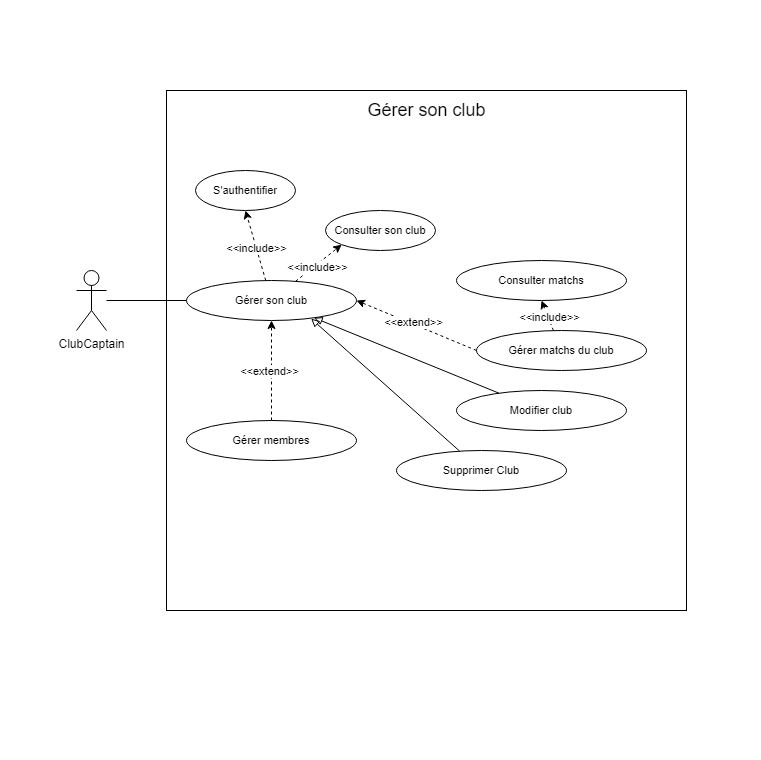
This is Diagram use case Gérer son club.drawio.png from Mathistrg/Styx, a draw.io export, as it was before one commit. Source tidied: cells renumbered, new cells last; positions are measured from the earlier drawing's top-left corner, leaving out a move shared by most shapes.
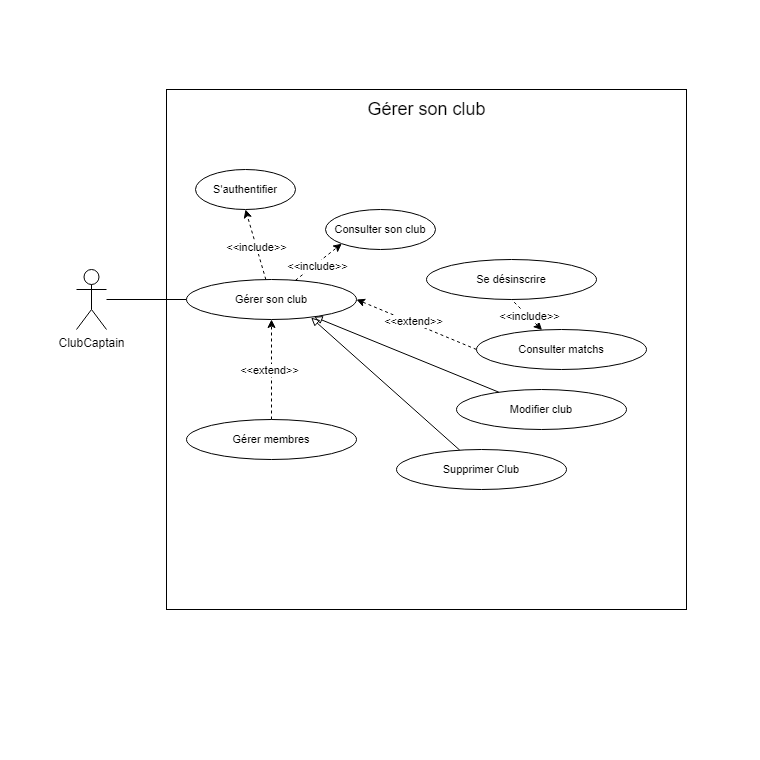
After the commit.

Commit message:
Mettre à jour Diagram use case Gérer son club.drawio.png

Change to the diagram source:
```diff
@@ -41,20 +41,20 @@
     <mxCell id="14" value="S'authentifier" style="ellipse;whiteSpace=wrap;html=1;fontFamily=Helvetica;fontSize=11;fontColor=default;labelBackgroundColor=default;" parent="1" vertex="1">
       <mxGeometry x="195" y="170" width="100" height="40" as="geometry" />
     </mxCell>
-    <mxCell id="15" style="edgeStyle=none;shape=connector;rounded=0;jettySize=auto;html=1;entryX=0.5;entryY=1;entryDx=0;entryDy=0;dashed=1;strokeColor=default;align=center;verticalAlign=middle;fontFamily=Helvetica;fontSize=11;fontColor=default;labelBackgroundColor=default;endArrow=classic;" parent="1" edge="1" source="17" target="19">
+    <mxCell id="15" style="edgeStyle=none;shape=connector;rounded=0;jettySize=auto;html=1;entryX=0.5;entryY=1;entryDx=0;entryDy=0;dashed=1;strokeColor=default;align=center;verticalAlign=middle;fontFamily=Helvetica;fontSize=11;fontColor=default;labelBackgroundColor=default;endArrow=none;startArrow=classic;startFill=1;endFill=0;" parent="1" edge="1" source="17" target="19">
       <mxGeometry relative="1" as="geometry" />
     </mxCell>
     <mxCell id="16" value="&amp;lt;&amp;lt;include&amp;gt;&amp;gt;" style="edgeLabel;html=1;align=center;verticalAlign=middle;fontFamily=Helvetica;fontSize=11;fontColor=default;labelBackgroundColor=default;" parent="15" vertex="1">
       <mxGeometry x="-0.13" y="-1" relative="1" as="geometry" />
     </mxCell>
-    <mxCell id="17" value="Gérer matchs du club" style="ellipse;whiteSpace=wrap;html=1;fontFamily=Helvetica;fontSize=11;fontColor=default;labelBackgroundColor=default;" parent="1" vertex="1">
+    <mxCell id="17" value="Consulter matchs" style="ellipse;whiteSpace=wrap;html=1;fontFamily=Helvetica;fontSize=11;fontColor=default;labelBackgroundColor=default;" parent="1" vertex="1">
       <mxGeometry x="476" y="330" width="170" height="40" as="geometry" />
     </mxCell>
     <mxCell id="18" value="Consulter son club" style="ellipse;whiteSpace=wrap;html=1;fontFamily=Helvetica;fontSize=11;fontColor=default;labelBackgroundColor=default;" parent="1" vertex="1">
       <mxGeometry x="325" y="210" width="110" height="40" as="geometry" />
     </mxCell>
-    <mxCell id="19" value="Consulter matchs" style="ellipse;whiteSpace=wrap;html=1;fontFamily=Helvetica;fontSize=11;fontColor=default;labelBackgroundColor=default;" parent="1" vertex="1">
-      <mxGeometry x="456" y="260" width="170" height="40" as="geometry" />
+    <mxCell id="19" value="Se désinscrire" style="ellipse;whiteSpace=wrap;html=1;fontFamily=Helvetica;fontSize=11;fontColor=default;labelBackgroundColor=default;" parent="1" vertex="1">
+      <mxGeometry x="426" y="260" width="170" height="40" as="geometry" />
     </mxCell>
     <mxCell id="20" style="edgeStyle=none;shape=connector;rounded=0;jettySize=auto;html=1;entryX=0.5;entryY=1;entryDx=0;entryDy=0;dashed=1;strokeColor=default;align=center;verticalAlign=middle;fontFamily=Helvetica;fontSize=11;fontColor=default;labelBackgroundColor=default;endArrow=classic;" parent="1" edge="1" source="22" target="13">
       <mxGeometry relative="1" as="geometry" />
```
